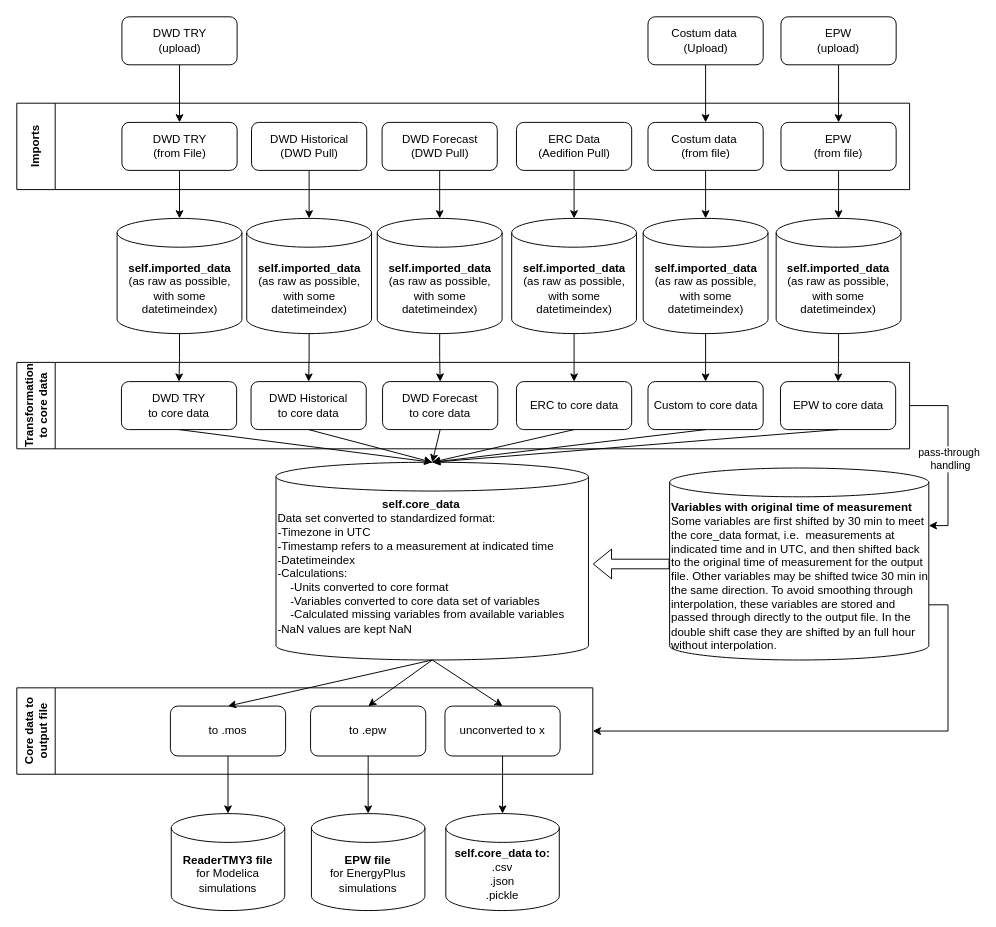
Above: docs/Overview_WeatherTool.drawio in RWTH-EBC/AixWeather (draw.io), before the change. Source tidied: cells renumbered, new cells numbered last; positions are measured from the earlier drawing's top-left corner, leaving out a move shared by most shapes. Both pictures are drawn from the tidied source at 96%, with x=0, y=0 at pixel (16, 16).
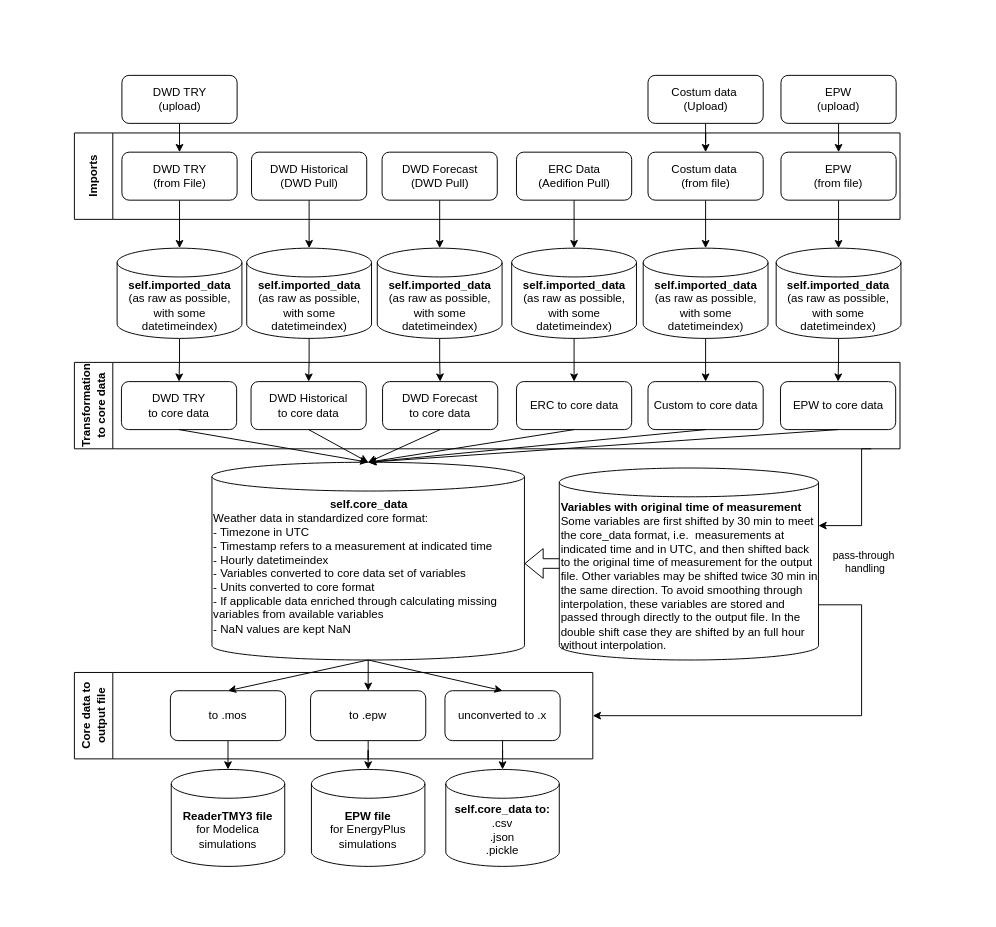
Above is the later version.

The edit, as a diff of the source:
```diff
@@
+    <mxCell id="57" style="shape=flexArrow;endArrow=classic;html=1;rounded=0;exitX=0;exitY=0.5;exitDx=0;exitDy=0;exitPerimeter=0;" parent="1" edge="1">
+      <mxGeometry relative="1" as="geometry">
+        <mxPoint x="586.3" y="569.5" as="sourcePoint" />
+        <mxPoint x="528.8" y="569.5" as="targetPoint" />
+      </mxGeometry>
+    </mxCell>
@@
     <mxCell id="3" value="DWD Forecast&lt;br&gt;(DWD Pull)" style="rounded=1;whiteSpace=wrap;html=1;fontSize=12;glass=0;strokeWidth=1;shadow=0;" parent="1" vertex="1">
-      <mxGeometry x="380.5" y="110" width="120" height="50" as="geometry" />
+      <mxGeometry x="380.5" y="141" width="120" height="50" as="geometry" />
     </mxCell>
-    <mxCell id="4" value="&lt;div style=&quot;text-align: center;&quot;&gt;&lt;b style=&quot;background-color: initial; border-color: var(--border-color);&quot;&gt;self.core_data&lt;/b&gt;&lt;/div&gt;Data set converted to standardized format:&lt;br style=&quot;border-color: var(--border-color);&quot;&gt;-Timezone in UTC&lt;br style=&quot;border-color: var(--border-color);&quot;&gt;-Timestamp refers to a measurement at indicated time&lt;br&gt;-Datetimeindex&amp;nbsp;&lt;br style=&quot;border-color: var(--border-color);&quot;&gt;-Calculations:&lt;br&gt;&lt;span style=&quot;&quot;&gt;&lt;span style=&quot;white-space: pre;&quot;&gt;&amp;nbsp;&amp;nbsp;&amp;nbsp;&amp;nbsp;&lt;/span&gt;&lt;/span&gt;-Units converted to core format&lt;br&gt;&lt;span style=&quot;&quot;&gt;&lt;span style=&quot;white-space: pre;&quot;&gt;&amp;nbsp;&amp;nbsp;&amp;nbsp;&amp;nbsp;&lt;/span&gt;&lt;/span&gt;-Variables converted to core data set of variables&lt;br&gt;&lt;span style=&quot;&quot;&gt;&lt;span style=&quot;white-space: pre;&quot;&gt;&amp;nbsp;&amp;nbsp;&amp;nbsp;&amp;nbsp;&lt;/span&gt;&lt;/span&gt;-Calculated missing variables from available variables&lt;br&gt;&lt;span style=&quot;background-color: initial;&quot;&gt;-NaN values are kept NaN&lt;/span&gt;&lt;br&gt;&amp;nbsp;" style="shape=cylinder3;whiteSpace=wrap;html=1;boundedLbl=1;backgroundOutline=1;size=15;align=left;" parent="1" vertex="1">
-      <mxGeometry x="270" y="464" width="325.5" height="206" as="geometry" />
+    <mxCell id="4" value="&lt;div style=&quot;text-align: center;&quot;&gt;&lt;b style=&quot;background-color: initial; border-color: var(--border-color);&quot;&gt;self.core_data&lt;/b&gt;&lt;/div&gt;Weather data in standardized core format:&lt;br&gt;- Timezone in UTC&lt;br style=&quot;border-color: var(--border-color);&quot;&gt;- Timestamp refers to a measurement at indicated time&lt;br&gt;- Hourly datetimeindex&amp;nbsp;&lt;div&gt;- Variables converted to core data set of variables&lt;br&gt;- Units converted to core format&lt;br&gt;- If applicable data enriched through calculating missing variables from available variables&lt;br&gt;&lt;span style=&quot;background-color: initial;&quot;&gt;- NaN values are kept NaN&lt;/span&gt;&lt;br&gt;&amp;nbsp;&lt;/div&gt;" style="shape=cylinder3;whiteSpace=wrap;html=1;boundedLbl=1;backgroundOutline=1;size=15;align=left;" parent="1" vertex="1">
+      <mxGeometry x="203.3" y="464" width="325.5" height="206" as="geometry" />
     </mxCell>
@@
     <mxCell id="6" value="DWD Historical&lt;br&gt;(DWD Pull)" style="rounded=1;whiteSpace=wrap;html=1;fontSize=12;glass=0;strokeWidth=1;shadow=0;" parent="1" vertex="1">
-      <mxGeometry x="244.5" y="110" width="120" height="50" as="geometry" />
+      <mxGeometry x="244.5" y="141" width="120" height="50" as="geometry" />
     </mxCell>
@@
     <mxCell id="8" value="DWD TRY&lt;br&gt;(from File)" style="rounded=1;whiteSpace=wrap;html=1;fontSize=12;glass=0;strokeWidth=1;shadow=0;" parent="1" vertex="1">
-      <mxGeometry x="109.5" y="110" width="120" height="50" as="geometry" />
+      <mxGeometry x="109.5" y="141" width="120" height="50" as="geometry" />
     </mxCell>
@@
     <mxCell id="10" value="ERC Data&lt;br&gt;(Aedifion Pull)" style="rounded=1;whiteSpace=wrap;html=1;fontSize=12;glass=0;strokeWidth=1;shadow=0;" parent="1" vertex="1">
-      <mxGeometry x="520.5" y="110" width="120" height="50" as="geometry" />
+      <mxGeometry x="520.5" y="141" width="120" height="50" as="geometry" />
     </mxCell>
@@
     <mxCell id="12" value="Costum data&amp;nbsp;&lt;br&gt;(from file)" style="rounded=1;whiteSpace=wrap;html=1;fontSize=12;glass=0;strokeWidth=1;shadow=0;" parent="1" vertex="1">
-      <mxGeometry x="657.5" y="110" width="120" height="50" as="geometry" />
+      <mxGeometry x="657.5" y="141" width="120" height="50" as="geometry" />
     </mxCell>
@@
     <mxCell id="14" value="to .mos" style="rounded=1;whiteSpace=wrap;html=1;fontSize=12;glass=0;strokeWidth=1;shadow=0;" parent="1" vertex="1">
-      <mxGeometry x="160" y="718" width="120" height="52" as="geometry" />
+      <mxGeometry x="160" y="702" width="120" height="52" as="geometry" />
     </mxCell>
@@
-    <mxCell id="16" value="unconverted to x" style="rounded=1;whiteSpace=wrap;html=1;fontSize=12;glass=0;strokeWidth=1;shadow=0;" parent="1" vertex="1">
-      <mxGeometry x="446" y="718" width="120" height="52" as="geometry" />
+    <mxCell id="16" value="unconverted to .x" style="rounded=1;whiteSpace=wrap;html=1;fontSize=12;glass=0;strokeWidth=1;shadow=0;" parent="1" vertex="1">
+      <mxGeometry x="446" y="702" width="120" height="52" as="geometry" />
     </mxCell>
@@
     <mxCell id="18" value="to .epw" style="rounded=1;whiteSpace=wrap;html=1;fontSize=12;glass=0;strokeWidth=1;shadow=0;" parent="1" vertex="1">
-      <mxGeometry x="306" y="718" width="120" height="52" as="geometry" />
+      <mxGeometry x="306" y="702" width="120" height="52" as="geometry" />
     </mxCell>
@@
     <mxCell id="23" value="DWD TRY&lt;br&gt;(upload)" style="rounded=1;whiteSpace=wrap;html=1;fontSize=12;glass=0;strokeWidth=1;shadow=0;" parent="1" vertex="1">
-      <mxGeometry x="109.5" width="120" height="50" as="geometry" />
+      <mxGeometry x="109.5" y="61" width="120" height="50" as="geometry" />
     </mxCell>
@@
     <mxCell id="25" value="Costum data&amp;nbsp;&lt;br&gt;(Upload)" style="rounded=1;whiteSpace=wrap;html=1;fontSize=12;glass=0;strokeWidth=1;shadow=0;" parent="1" vertex="1">
-      <mxGeometry x="657.5" width="120" height="50" as="geometry" />
+      <mxGeometry x="657.5" y="61" width="120" height="50" as="geometry" />
     </mxCell>
@@
     <mxCell id="27" value="&lt;b&gt;self.imported_data&lt;/b&gt;&lt;br&gt;(as raw as possible, with some datetimeindex)" style="shape=cylinder3;whiteSpace=wrap;html=1;boundedLbl=1;backgroundOutline=1;size=15;" parent="1" vertex="1">
-      <mxGeometry x="104.5" y="210" width="130" height="120" as="geometry" />
+      <mxGeometry x="104.5" y="241" width="130" height="94" as="geometry" />
     </mxCell>
     <mxCell id="28" value="&lt;b&gt;ReaderTMY3 file&lt;br&gt;&lt;/b&gt;for Modelica simulations" style="shape=cylinder3;whiteSpace=wrap;html=1;boundedLbl=1;backgroundOutline=1;size=15;" parent="1" vertex="1">
-      <mxGeometry x="160.9" y="830" width="118.2" height="101" as="geometry" />
+      <mxGeometry x="160.9" y="784" width="118.2" height="101" as="geometry" />
     </mxCell>
     <mxCell id="29" value="&lt;b&gt;EPW file&lt;br&gt;&lt;/b&gt;for EnergyPlus simulations&lt;b&gt;&lt;br&gt;&lt;/b&gt;" style="shape=cylinder3;whiteSpace=wrap;html=1;boundedLbl=1;backgroundOutline=1;size=15;" parent="1" vertex="1">
-      <mxGeometry x="306.9" y="830" width="118.2" height="101" as="geometry" />
+      <mxGeometry x="306.9" y="784" width="118.2" height="101" as="geometry" />
     </mxCell>
     <mxCell id="30" value="&lt;b&gt;self.core_data to:&lt;br&gt;&lt;/b&gt;.csv&lt;br&gt;.json&lt;br&gt;.pickle&lt;b&gt;&lt;br&gt;&lt;/b&gt;" style="shape=cylinder3;whiteSpace=wrap;html=1;boundedLbl=1;backgroundOutline=1;size=15;" parent="1" vertex="1">
-      <mxGeometry x="446.9" y="830" width="118.2" height="101" as="geometry" />
+      <mxGeometry x="446.9" y="784" width="118.2" height="101" as="geometry" />
     </mxCell>
@@
     <mxCell id="32" value="&lt;b&gt;self.imported_data&lt;/b&gt;&lt;br&gt;(as raw as possible, with some datetimeindex)" style="shape=cylinder3;whiteSpace=wrap;html=1;boundedLbl=1;backgroundOutline=1;size=15;" parent="1" vertex="1">
-      <mxGeometry x="239.5" y="210" width="130" height="120" as="geometry" />
+      <mxGeometry x="239.5" y="241" width="130" height="94" as="geometry" />
     </mxCell>
@@
     <mxCell id="34" value="&lt;b&gt;self.imported_data&lt;/b&gt;&lt;br&gt;(as raw as possible, with some datetimeindex)" style="shape=cylinder3;whiteSpace=wrap;html=1;boundedLbl=1;backgroundOutline=1;size=15;" parent="1" vertex="1">
-      <mxGeometry x="375.5" y="210" width="130" height="120" as="geometry" />
+      <mxGeometry x="375.5" y="241" width="130" height="94" as="geometry" />
     </mxCell>
@@
     <mxCell id="36" value="&lt;b&gt;self.imported_data&lt;/b&gt;&lt;br&gt;(as raw as possible, with some datetimeindex)" style="shape=cylinder3;whiteSpace=wrap;html=1;boundedLbl=1;backgroundOutline=1;size=15;" parent="1" vertex="1">
-      <mxGeometry x="515.5" y="210" width="130" height="120" as="geometry" />
+      <mxGeometry x="515.5" y="241" width="130" height="94" as="geometry" />
     </mxCell>
     <mxCell id="37" value="&lt;b&gt;self.imported_data&lt;/b&gt;&lt;br&gt;(as raw as possible, with some datetimeindex)" style="shape=cylinder3;whiteSpace=wrap;html=1;boundedLbl=1;backgroundOutline=1;size=15;" parent="1" vertex="1">
-      <mxGeometry x="652.5" y="210" width="130" height="120" as="geometry" />
+      <mxGeometry x="652.5" y="241" width="130" height="94" as="geometry" />
     </mxCell>
@@
     <mxCell id="42" value="Imports" style="swimlane;horizontal=0;whiteSpace=wrap;html=1;startSize=40;" parent="1" vertex="1">
-      <mxGeometry y="90" width="930" height="90" as="geometry" />
+      <mxGeometry x="60" y="121" width="860" height="90" as="geometry" />
     </mxCell>
-    <mxCell id="43" style="edgeStyle=orthogonalEdgeStyle;rounded=0;jettySize=auto;html=1;exitX=1;exitY=0.5;exitDx=0;exitDy=0;entryX=1;entryY=0;entryDx=0;entryDy=60;entryPerimeter=0;" parent="1" edge="1" source="45" target="56">
+    <mxCell id="43" style="edgeStyle=orthogonalEdgeStyle;rounded=0;jettySize=auto;html=1;entryX=1;entryY=0;entryDx=0;entryDy=60;entryPerimeter=0;" parent="1" edge="1" target="56">
       <mxGeometry relative="1" as="geometry">
+        <mxPoint x="890" y="450" as="sourcePoint" />
         <Array as="points">
-          <mxPoint x="970" y="405" />
-          <mxPoint x="970" y="530" />
+          <mxPoint x="880" y="450" />
+          <mxPoint x="880" y="530" />
         </Array>
       </mxGeometry>
     </mxCell>
     <mxCell id="44" value="pass-through&lt;br&gt;&amp;nbsp;handling" style="edgeLabel;html=1;align=center;verticalAlign=middle;" parent="43" vertex="1">
       <mxGeometry x="0.5" y="3" relative="1" as="geometry">
-        <mxPoint x="-3" y="-44" as="offset" />
+        <mxPoint x="12" y="34" as="offset" />
       </mxGeometry>
     </mxCell>
     <mxCell id="45" value="Transformation &lt;br&gt;to core data" style="swimlane;horizontal=0;whiteSpace=wrap;html=1;startSize=40;" parent="1" vertex="1">
-      <mxGeometry y="360" width="930" height="90" as="geometry" />
+      <mxGeometry x="60" y="360" width="860" height="90" as="geometry" />
     </mxCell>
     <mxCell id="46" value="Custom to core data" style="rounded=1;whiteSpace=wrap;html=1;fontSize=12;glass=0;strokeWidth=1;shadow=0;" parent="45" vertex="1">
-      <mxGeometry x="657.5" y="20" width="120" height="50" as="geometry" />
+      <mxGeometry x="597.5" y="20" width="120" height="50" as="geometry" />
     </mxCell>
     <mxCell id="47" value="Core data to&lt;br&gt;output file" style="swimlane;horizontal=0;whiteSpace=wrap;html=1;startSize=40;" parent="1" vertex="1">
-      <mxGeometry y="699" width="600" height="90" as="geometry" />
+      <mxGeometry x="60" y="683" width="540" height="90" as="geometry" />
     </mxCell>
@@
     <mxCell id="49" value="EPW&lt;br&gt;(from file)" style="rounded=1;whiteSpace=wrap;html=1;fontSize=12;glass=0;strokeWidth=1;shadow=0;" parent="1" vertex="1">
-      <mxGeometry x="796" y="110" width="120" height="50" as="geometry" />
+      <mxGeometry x="796" y="141" width="120" height="50" as="geometry" />
     </mxCell>
@@
     <mxCell id="51" value="EPW&lt;br&gt;(upload)" style="rounded=1;whiteSpace=wrap;html=1;fontSize=12;glass=0;strokeWidth=1;shadow=0;" parent="1" vertex="1">
-      <mxGeometry x="796" width="120" height="50" as="geometry" />
+      <mxGeometry x="796" y="61" width="120" height="50" as="geometry" />
     </mxCell>
@@
     <mxCell id="53" value="&lt;b&gt;self.imported_data&lt;/b&gt;&lt;br&gt;(as raw as possible, with some datetimeindex)" style="shape=cylinder3;whiteSpace=wrap;html=1;boundedLbl=1;backgroundOutline=1;size=15;" parent="1" vertex="1">
-      <mxGeometry x="791" y="210" width="130" height="120" as="geometry" />
+      <mxGeometry x="791" y="241" width="130" height="94" as="geometry" />
     </mxCell>
@@
     <mxCell id="55" style="edgeStyle=orthogonalEdgeStyle;rounded=0;jettySize=auto;html=1;exitX=1;exitY=0;exitDx=0;exitDy=142.5;exitPerimeter=0;entryX=1;entryY=0.5;entryDx=0;entryDy=0;" parent="1" edge="1" source="56" target="47">
-      <mxGeometry relative="1" as="geometry" />
+      <mxGeometry relative="1" as="geometry">
+        <Array as="points">
+          <mxPoint x="880" y="612" />
+          <mxPoint x="880" y="728" />
+        </Array>
+      </mxGeometry>
     </mxCell>
     <mxCell id="56" value="&lt;b&gt;Variables with original time of measurement&lt;/b&gt;&lt;br&gt;Some variables are first shifted by 30 min to meet the core_data format, i.e.&amp;nbsp; measurements at indicated time and in UTC, and then shifted back to the original time of measurement for the output file. Other variables may be shifted twice 30 min in the same direction. To avoid smoothing through interpolation, these variables are stored and passed through directly to the output file. In the double shift case they are shifted by an full hour without interpolation." style="shape=cylinder3;whiteSpace=wrap;html=1;boundedLbl=1;backgroundOutline=1;size=15;align=left;" parent="1" vertex="1">
-      <mxGeometry x="680" y="470" width="270" height="200" as="geometry" />
+      <mxGeometry x="565.1" y="470" width="270" height="200" as="geometry" />
     </mxCell>
-    <mxCell id="57" style="shape=flexArrow;endArrow=classic;html=1;rounded=0;exitX=0;exitY=0.5;exitDx=0;exitDy=0;exitPerimeter=0;" parent="1" edge="1" source="56">
-      <mxGeometry relative="1" as="geometry">
-        <mxPoint x="600" y="570" as="targetPoint" />
-      </mxGeometry>
-    </mxCell>
```
